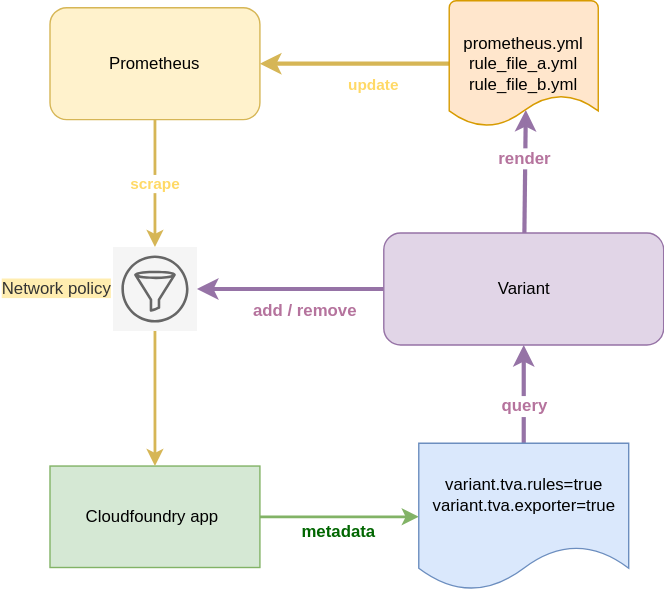
philips-software/variant keeps this draw.io diagram as resources/variant.svg. Above is the earlier version. Source tidied: cells renumbered, new cells last; positions are measured from the earlier drawing's top-left corner, leaving out a move shared by most shapes.
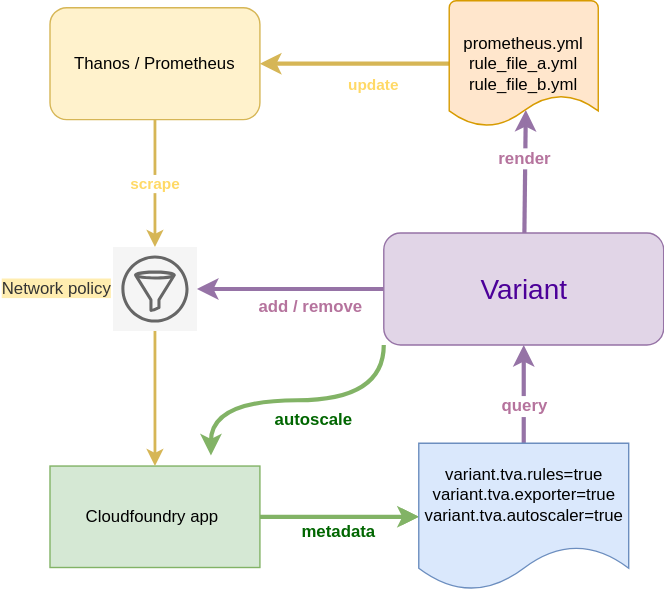
After the change.

Commit message:
Update diagram with autoscaler info

What changed in the source:
```diff
@@ -5,7 +5,7 @@
     <mxCell id="2" value="&lt;b&gt;&lt;font color=&quot;#ffd966&quot;&gt;scrape&lt;/font&gt;&lt;/b&gt;" style="edgeStyle=orthogonalEdgeStyle;curved=1;jettySize=auto;html=1;strokeWidth=2;fillColor=#fff2cc;strokeColor=#d6b656;noEdgeStyle=1;" parent="1" edge="1" source="3" target="19">
       <mxGeometry relative="1" as="geometry" />
     </mxCell>
-    <mxCell id="3" value="Prometheus" style="rounded=1;whiteSpace=wrap;html=1;strokeWidth=1;fillColor=#fff2cc;strokeColor=#d6b656;" parent="1" vertex="1">
+    <mxCell id="3" value="Thanos / Prometheus" style="rounded=1;whiteSpace=wrap;html=1;strokeWidth=1;fillColor=#fff2cc;strokeColor=#d6b656;" parent="1" vertex="1">
       <mxGeometry y="5" width="150" height="80" as="geometry" />
     </mxCell>
     <mxCell id="4" style="edgeStyle=orthogonalEdgeStyle;curved=1;jettySize=auto;html=1;entryX=0.514;entryY=0.867;entryDx=0;entryDy=0;entryPerimeter=0;strokeWidth=3;fillColor=#e1d5e7;strokeColor=#9673a6;noEdgeStyle=1;" parent="1" edge="1" source="8" target="11">
@@ -17,10 +17,12 @@
     <mxCell id="6" style="edgeStyle=orthogonalEdgeStyle;curved=1;jettySize=auto;html=1;exitX=0;exitY=0.5;exitDx=0;exitDy=0;fillColor=#e1d5e7;strokeColor=#9673a6;strokeWidth=3;noEdgeStyle=1;" parent="1" edge="1" source="8" target="19">
       <mxGeometry relative="1" as="geometry" />
     </mxCell>
-    <mxCell id="7" value="&lt;b&gt;&lt;font color=&quot;#b5739d&quot; style=&quot;font-size: 12px&quot;&gt;add / remove&lt;/font&gt;&lt;/b&gt;" style="edgeLabel;html=1;align=center;verticalAlign=top;labelPosition=center;verticalLabelPosition=bottom;" parent="6" vertex="1">
-      <mxGeometry x="-0.14" y="2" relative="1" as="geometry" />
-    </mxCell>
+    <mxCell id="20" style="edgeStyle=orthogonalEdgeStyle;jettySize=auto;html=1;exitX=0;exitY=1;exitDx=0;exitDy=0;curved=1;strokeWidth=3;fillColor=#d5e8d4;strokeColor=#82b366;" parent="1" edge="1" source="8">
+      <mxGeometry relative="1" as="geometry">
+        <mxPoint x="115" y="325" as="targetPoint" />
+      </mxGeometry>
+    </mxCell>
-    <mxCell id="8" value="Variant" style="rounded=1;whiteSpace=wrap;html=1;strokeWidth=1;fillColor=#e1d5e7;strokeColor=#9673a6;" parent="1" vertex="1">
+    <mxCell id="8" value="&lt;font style=&quot;font-size: 20px&quot; color=&quot;#4c0099&quot;&gt;Variant&lt;/font&gt;" style="rounded=1;whiteSpace=wrap;html=1;strokeWidth=1;fillColor=#e1d5e7;strokeColor=#9673a6;" parent="1" vertex="1">
       <mxGeometry x="238.5" y="166" width="200" height="80" as="geometry" />
     </mxCell>
     <mxCell id="9" style="edgeStyle=orthogonalEdgeStyle;curved=1;jettySize=auto;html=1;entryX=1;entryY=0.5;entryDx=0;entryDy=0;strokeWidth=3;fillColor=#fff2cc;strokeColor=#d6b656;noEdgeStyle=1;" parent="1" edge="1" source="11" target="3">
@@ -38,6 +40,9 @@
     <mxCell id="13" value="&lt;b&gt;&lt;font style=&quot;font-size: 12px&quot; color=&quot;#006600&quot;&gt;metadata&lt;/font&gt;&lt;/b&gt;" style="edgeLabel;html=1;align=center;verticalAlign=top;labelPosition=center;verticalLabelPosition=bottom;" parent="12" vertex="1">
       <mxGeometry x="-0.03" y="3" relative="1" as="geometry" />
     </mxCell>
+    <mxCell id="21" style="edgeStyle=orthogonalEdgeStyle;curved=1;jettySize=auto;html=1;strokeWidth=3;fillColor=#d5e8d4;strokeColor=#82b366;" parent="1" edge="1" source="14" target="17">
+      <mxGeometry relative="1" as="geometry" />
+    </mxCell>
     <mxCell id="14" value="Cloudfoundry app&amp;nbsp;" style="rounded=0;whiteSpace=wrap;html=1;strokeWidth=1;fillColor=#d5e8d4;strokeColor=#82b366;" parent="1" vertex="1">
       <mxGeometry y="332.5" width="150" height="72.5" as="geometry" />
     </mxCell>
@@ -49,7 +54,7 @@
         <mxPoint x="1" as="offset" />
       </mxGeometry>
     </mxCell>
-    <mxCell id="17" value="&lt;span&gt;variant.tva.rules=true&lt;/span&gt;&lt;br&gt;&lt;div&gt;&lt;span&gt;variant.tva.exporter=true&lt;/span&gt;&lt;/div&gt;" style="shape=document;whiteSpace=wrap;html=1;boundedLbl=1;strokeWidth=1;fillColor=#dae8fc;strokeColor=#6c8ebf;align=center;" parent="1" vertex="1">
+    <mxCell id="17" value="&lt;span&gt;variant.tva.rules=true&lt;/span&gt;&lt;br&gt;&lt;div&gt;&lt;span&gt;variant.tva.exporter=true&lt;/span&gt;&lt;/div&gt;&lt;div&gt;&lt;span&gt;variant.tva.autoscaler=true&lt;/span&gt;&lt;/div&gt;" style="shape=document;whiteSpace=wrap;html=1;boundedLbl=1;strokeWidth=1;fillColor=#dae8fc;strokeColor=#6c8ebf;align=center;" parent="1" vertex="1">
       <mxGeometry x="263.5" y="316.2" width="150" height="105" as="geometry" />
     </mxCell>
     <mxCell id="18" style="edgeStyle=orthogonalEdgeStyle;curved=1;jettySize=auto;html=1;strokeWidth=2;fillColor=#fff2cc;strokeColor=#d6b656;noEdgeStyle=1;labelPosition=left;verticalLabelPosition=middle;align=right;verticalAlign=middle;" parent="1" edge="1" source="19" target="14">
@@ -58,5 +63,11 @@
     <mxCell id="19" value="&lt;span style=&quot;background-color: rgb(255 , 237 , 176)&quot;&gt;Network policy&lt;/span&gt;" style="outlineConnect=0;dashed=0;verticalLabelPosition=middle;verticalAlign=middle;align=right;html=1;fontSize=12;fontStyle=0;shape=mxgraph.aws4.resourceIcon;resIcon=mxgraph.aws4.filtering_rule;labelPosition=left;fillColor=#f5f5f5;strokeColor=#666666;fontColor=#333333;" parent="1" vertex="1">
       <mxGeometry x="45" y="176" width="60" height="60" as="geometry" />
     </mxCell>
+    <mxCell id="7" value="&lt;b&gt;&lt;font color=&quot;#b5739d&quot; style=&quot;font-size: 12px&quot;&gt;add / remove&lt;/font&gt;&lt;/b&gt;" style="edgeLabel;html=1;align=center;verticalAlign=top;labelPosition=center;verticalLabelPosition=bottom;" parent="1" vertex="1">
+      <mxGeometry x="185" y="205" as="geometry" />
+    </mxCell>
+    <mxCell id="22" value="&lt;b style=&quot;color: rgb(0 , 0 , 0) ; font-family: &amp;#34;helvetica&amp;#34; ; font-size: 11px ; font-style: normal ; letter-spacing: normal ; text-align: center ; text-indent: 0px ; text-transform: none ; word-spacing: 0px&quot;&gt;&lt;font color=&quot;#006600&quot; style=&quot;font-size: 12px&quot;&gt;autoscale&lt;/font&gt;&lt;/b&gt;" style="text;whiteSpace=wrap;html=1;" parent="1" vertex="1">
+      <mxGeometry x="158.5" y="286.2" width="80" height="30" as="geometry" />
+    </mxCell>
   </root>
 </mxGraphModel>
```
